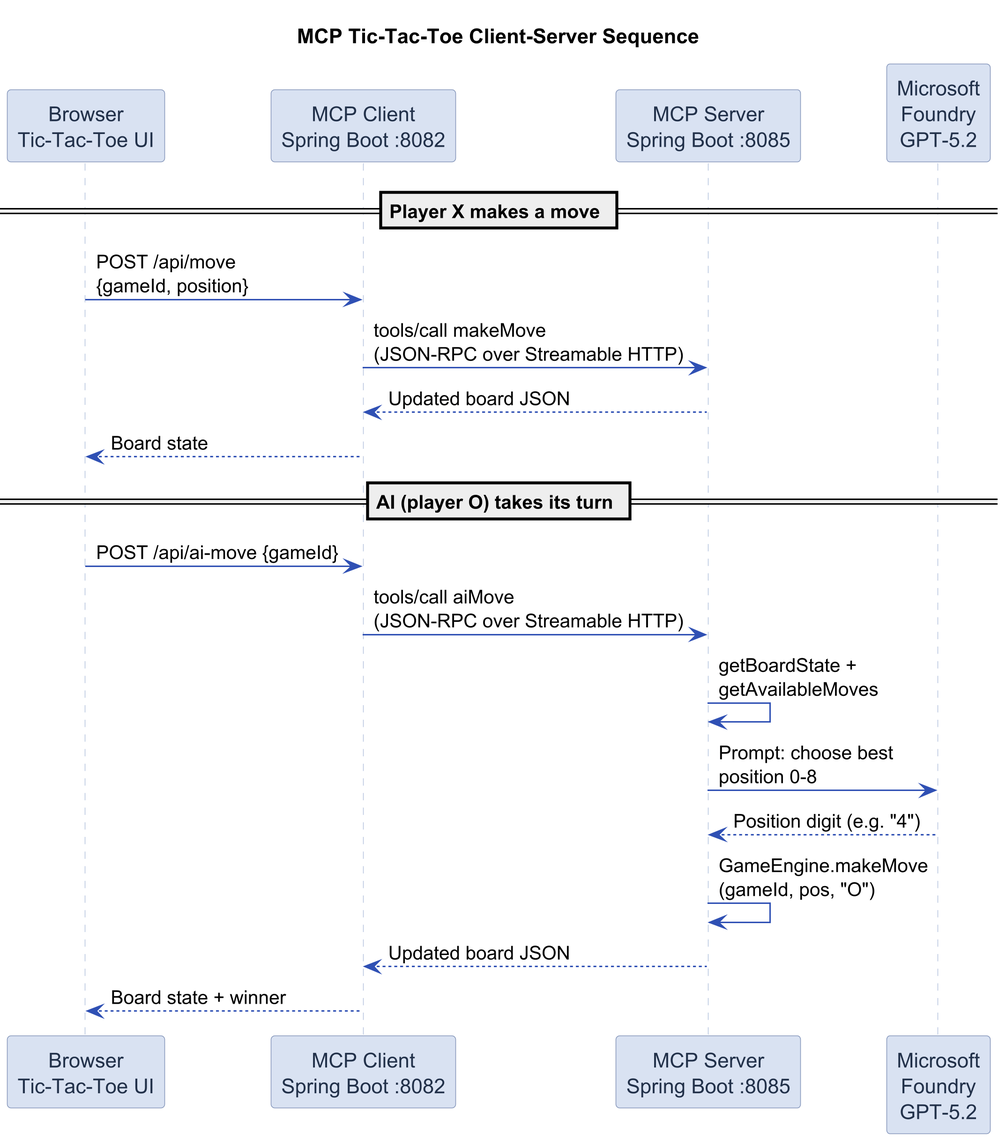
Above: 05-mcp/images/client-server-sequence.png in roryp/Spring-AI-for-Beginners (PlantUML), before the change. Source of this version:
```plantuml
@startuml
skinparamlocked dpi 300
skinparam backgroundColor #FFFFFF
skinparam sequence {
  ArrowColor #2f50b4
  LifeLineBorderColor #b8c6df
  LifeLineBackgroundColor #FFFFFF
  ParticipantBorderColor #8798bc
  ParticipantBackgroundColor #d9e2f2
  ParticipantFontColor #22314a
  ActorBorderColor #7c879d
  ActorBackgroundColor #dfe5f1
  ActorFontColor #22314a
}
skinparam Note {
  BackgroundColor #f6edcf
  BorderColor #d8c892
  FontColor #6f5822
}
title MCP Tic-Tac-Toe Client-Server Sequence
participant "Browser\nTic-Tac-Toe UI" as browser
participant "MCP Client\nSpring Boot :8082" as client
participant "MCP Server\nSpring Boot :8085" as server
participant "Microsoft\nFoundry\nGPT-5.2" as foundry
== Player X makes a move ==
browser -> client : POST /api/move\n{gameId, position}
client -> server : tools/call makeMove\n(JSON-RPC over Streamable HTTP)
server --> client : Updated board JSON
client --> browser : Board state
== AI (player O) takes its turn ==
browser -> client : POST /api/ai-move {gameId}
client -> server : tools/call aiMove\n(JSON-RPC over Streamable HTTP)
server -> server : getBoardState +\ngetAvailableMoves
server -> foundry : Prompt: choose best\nposition 0-8
foundry --> server : Position digit (e.g. "4")
server -> server : GameEngine.makeMove\n(gameId, pos, "O")
server --> client : Updated board JSON
client --> browser : Board state + winner
@enduml
```
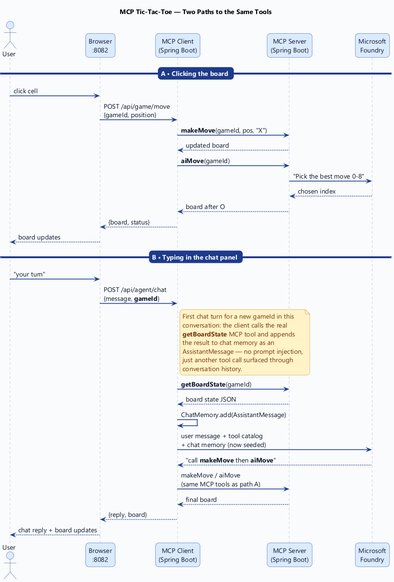
The same diagram one commit later.

Diff of the diagram source:
```diff
@@ -1,39 +1,79 @@
 @startuml
-skinparamlocked dpi 300
-skinparam backgroundColor #FFFFFF
+title MCP Tic-Tac-Toe — Two Paths to the Same Tools
+
+skinparam backgroundColor #f8fafc
+skinparam shadowing false
+skinparam roundCorner 14
+skinparam defaultFontName "Segoe UI"
+skinparam defaultFontSize 14
+skinparam BoxPadding 18
+
 skinparam sequence {
-  ArrowColor #2f50b4
-  LifeLineBorderColor #b8c6df
-  LifeLineBackgroundColor #FFFFFF
-  ParticipantBorderColor #8798bc
-  ParticipantBackgroundColor #d9e2f2
-  ParticipantFontColor #22314a
-  ActorBorderColor #7c879d
-  ActorBackgroundColor #dfe5f1
-  ActorFontColor #22314a
+  ArrowColor #1e3a8a
+  ArrowThickness 1.6
+  ArrowFontColor #0f172a
+  LifeLineBorderColor #94a3b8
+  LifeLineBackgroundColor #e2e8f0
+  ParticipantBorderColor #1e3a8a
+  ParticipantBackgroundColor #dbeafe
+  ParticipantFontColor #0f172a
+  ActorBorderColor #1e3a8a
+  ActorBackgroundColor #dbeafe
+  ActorFontColor #0f172a
+  DividerBackgroundColor #1e3a8a
+  DividerFontColor #f8fafc
+  DividerBorderColor #1e3a8a
 }
+
 skinparam Note {
-  BackgroundColor #f6edcf
-  BorderColor #d8c892
-  FontColor #6f5822
+  BackgroundColor #fef3c7
+  BorderColor #d97706
+  FontColor #78350f
 }
-title MCP Tic-Tac-Toe Client-Server Sequence
-participant "Browser\nTic-Tac-Toe UI" as browser
-participant "MCP Client\nSpring Boot :8082" as client
-participant "MCP Server\nSpring Boot :8085" as server
-participant "Microsoft\nFoundry\nGPT-5.2" as foundry
-== Player X makes a move ==
-browser -> client : POST /api/move\n{gameId, position}
-client -> server : tools/call makeMove\n(JSON-RPC over Streamable HTTP)
-server --> client : Updated board JSON
-client --> browser : Board state
-== AI (player O) takes its turn ==
-browser -> client : POST /api/ai-move {gameId}
-client -> server : tools/call aiMove\n(JSON-RPC over Streamable HTTP)
-server -> server : getBoardState +\ngetAvailableMoves
-server -> foundry : Prompt: choose best\nposition 0-8
-foundry --> server : Position digit (e.g. "4")
-server -> server : GameEngine.makeMove\n(gameId, pos, "O")
-server --> client : Updated board JSON
-client --> browser : Board state + winner
+
+actor "User" as user
+participant "Browser\n:8082" as browser
+participant "MCP Client\n(Spring Boot)" as client
+participant "MCP Server\n(Spring Boot)" as server
+participant "Microsoft\nFoundry" as foundry
+
+== A • Clicking the board ==
+
+user -> browser : click cell
+browser -> client : POST /api/game/move\n{gameId, position}
+client -> server : **makeMove**(gameId, pos, "X")
+server --> client : updated board
+client -> server : **aiMove**(gameId)
+server -> foundry : "Pick the best move 0-8"
+foundry --> server : chosen index
+server --> client : board after O
+client --> browser : {board, status}
+browser --> user : board updates
+
+== B • Typing in the chat panel ==
+
+user -> browser : "your turn"
+browser -> client : POST /api/agent/chat\n{message, **gameId**}
+
+note right of client #fef3c7
+  First chat turn for a new gameId in this
+  conversation: the client calls the real
+  **getBoardState** MCP tool and appends
+  the result to chat memory as an
+  AssistantMessage — no prompt injection,
+  just another tool call surfaced through
+  conversation history.
+end note
+
+client -> server : **getBoardState**(gameId)
+server --> client : board state JSON
+client -> client : ChatMemory.add(AssistantMessage)
+
+client -> foundry : user message + tool catalog\n+ chat memory (now seeded)
+foundry --> client : "call **makeMove** then **aiMove**"
+client -> server : makeMove / aiMove\n(same MCP tools as path A)
+server --> client : final board
+client --> browser : {reply, board}
+browser --> user : chat reply + board updates
+
 @enduml
```
